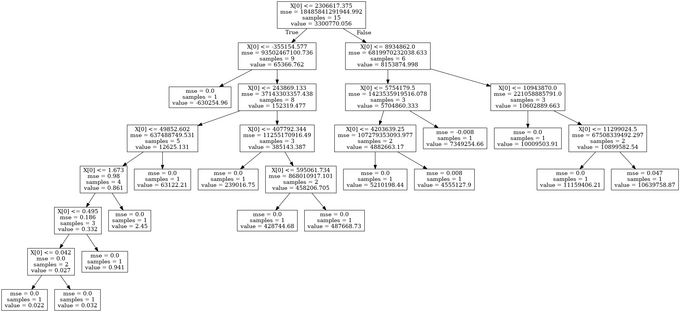
Above: dot_tree.png in Dimitrios-Mourtzilas/Business-Strategy (Graphviz), before the change. Its source is kept beside it as dot_tree.dot.
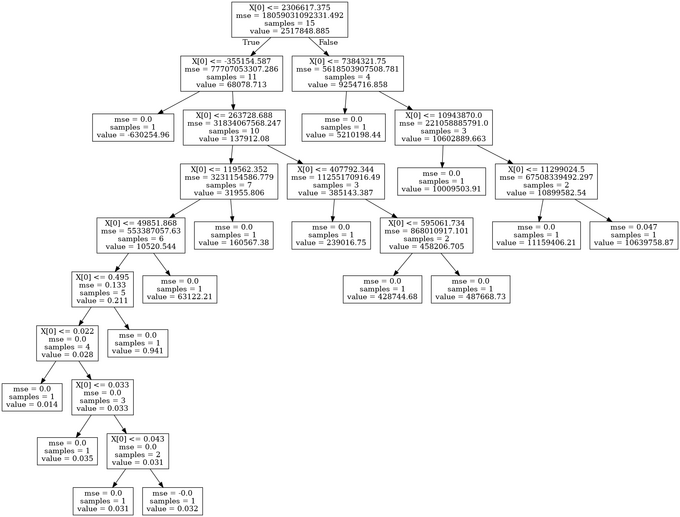
The same file after the commit.

The edit, as a diff of the source:
```diff
@@ -1,54 +1,54 @@
 digraph Tree {
 node [shape=box] ;
-0 [label="X[0] <= 2306617.375\nmse = 18485841291944.992\nsamples = 15\nvalue = 3300770.056"] ;
-1 [label="X[0] <= -355154.577\nmse = 93502467100.736\nsamples = 9\nvalue = 65366.762"] ;
+0 [label="X[0] <= 2306617.375\nmse = 18059031092331.492\nsamples = 15\nvalue = 2517848.885"] ;
+1 [label="X[0] <= -355154.587\nmse = 77707053307.286\nsamples = 11\nvalue = 68078.713"] ;
 0 -> 1 [labeldistance=2.5, labelangle=45, headlabel="True"] ;
 2 [label="mse = 0.0\nsamples = 1\nvalue = -630254.96"] ;
 1 -> 2 ;
-3 [label="X[0] <= 243869.133\nmse = 37143303357.438\nsamples = 8\nvalue = 152319.477"] ;
+3 [label="X[0] <= 263728.688\nmse = 31834067568.247\nsamples = 10\nvalue = 137912.08"] ;
 1 -> 3 ;
-4 [label="X[0] <= 49852.602\nmse = 637488749.531\nsamples = 5\nvalue = 12625.131"] ;
+4 [label="X[0] <= 119562.352\nmse = 3231154586.779\nsamples = 7\nvalue = 31955.806"] ;
 3 -> 4 ;
-5 [label="X[0] <= 1.673\nmse = 0.98\nsamples = 4\nvalue = 0.861"] ;
+5 [label="X[0] <= 49851.868\nmse = 553387057.63\nsamples = 6\nvalue = 10520.544"] ;
 4 -> 5 ;
-6 [label="X[0] <= 0.495\nmse = 0.186\nsamples = 3\nvalue = 0.332"] ;
+6 [label="X[0] <= 0.495\nmse = 0.133\nsamples = 5\nvalue = 0.211"] ;
 5 -> 6 ;
-7 [label="X[0] <= 0.042\nmse = 0.0\nsamples = 2\nvalue = 0.027"] ;
+7 [label="X[0] <= 0.022\nmse = 0.0\nsamples = 4\nvalue = 0.028"] ;
 6 -> 7 ;
-8 [label="mse = 0.0\nsamples = 1\nvalue = 0.022"] ;
+8 [label="mse = 0.0\nsamples = 1\nvalue = 0.014"] ;
 7 -> 8 ;
-9 [label="mse = 0.0\nsamples = 1\nvalue = 0.032"] ;
+9 [label="X[0] <= 0.033\nmse = 0.0\nsamples = 3\nvalue = 0.033"] ;
 7 -> 9 ;
-10 [label="mse = 0.0\nsamples = 1\nvalue = 0.941"] ;
-6 -> 10 ;
-11 [label="mse = 0.0\nsamples = 1\nvalue = 2.45"] ;
-5 -> 11 ;
-12 [label="mse = 0.0\nsamples = 1\nvalue = 63122.21"] ;
-4 -> 12 ;
-13 [label="X[0] <= 407792.344\nmse = 11255170916.49\nsamples = 3\nvalue = 385143.387"] ;
-3 -> 13 ;
-14 [label="mse = 0.0\nsamples = 1\nvalue = 239016.75"] ;
-13 -> 14 ;
-15 [label="X[0] <= 595061.734\nmse = 868010917.101\nsamples = 2\nvalue = 458206.705"] ;
-13 -> 15 ;
-16 [label="mse = 0.0\nsamples = 1\nvalue = 428744.68"] ;
-15 -> 16 ;
-17 [label="mse = 0.0\nsamples = 1\nvalue = 487668.73"] ;
-15 -> 17 ;
-18 [label="X[0] <= 8934862.0\nmse = 6819970232038.633\nsamples = 6\nvalue = 8153874.998"] ;
-0 -> 18 [labeldistance=2.5, labelangle=-45, headlabel="False"] ;
-19 [label="X[0] <= 5754179.5\nmse = 1423535919516.078\nsamples = 3\nvalue = 5704860.333"] ;
-18 -> 19 ;
-20 [label="X[0] <= 4203639.25\nmse = 107279353093.977\nsamples = 2\nvalue = 4882663.17"] ;
+10 [label="mse = 0.0\nsamples = 1\nvalue = 0.035"] ;
+9 -> 10 ;
+11 [label="X[0] <= 0.043\nmse = 0.0\nsamples = 2\nvalue = 0.031"] ;
+9 -> 11 ;
+12 [label="mse = 0.0\nsamples = 1\nvalue = 0.031"] ;
+11 -> 12 ;
+13 [label="mse = -0.0\nsamples = 1\nvalue = 0.032"] ;
+11 -> 13 ;
+14 [label="mse = 0.0\nsamples = 1\nvalue = 0.941"] ;
+6 -> 14 ;
+15 [label="mse = 0.0\nsamples = 1\nvalue = 63122.21"] ;
+5 -> 15 ;
+16 [label="mse = 0.0\nsamples = 1\nvalue = 160567.38"] ;
+4 -> 16 ;
+17 [label="X[0] <= 407792.344\nmse = 11255170916.49\nsamples = 3\nvalue = 385143.387"] ;
+3 -> 17 ;
+18 [label="mse = 0.0\nsamples = 1\nvalue = 239016.75"] ;
+17 -> 18 ;
+19 [label="X[0] <= 595061.734\nmse = 868010917.101\nsamples = 2\nvalue = 458206.705"] ;
+17 -> 19 ;
+20 [label="mse = 0.0\nsamples = 1\nvalue = 428744.68"] ;
 19 -> 20 ;
-21 [label="mse = 0.0\nsamples = 1\nvalue = 5210198.44"] ;
-20 -> 21 ;
-22 [label="mse = 0.008\nsamples = 1\nvalue = 4555127.9"] ;
-20 -> 22 ;
-23 [label="mse = -0.008\nsamples = 1\nvalue = 7349254.66"] ;
-19 -> 23 ;
+21 [label="mse = 0.0\nsamples = 1\nvalue = 487668.73"] ;
+19 -> 21 ;
+22 [label="X[0] <= 7384321.75\nmse = 5618503907508.781\nsamples = 4\nvalue = 9254716.858"] ;
+0 -> 22 [labeldistance=2.5, labelangle=-45, headlabel="False"] ;
+23 [label="mse = 0.0\nsamples = 1\nvalue = 5210198.44"] ;
+22 -> 23 ;
 24 [label="X[0] <= 10943870.0\nmse = 221058885791.0\nsamples = 3\nvalue = 10602889.663"] ;
-18 -> 24 ;
+22 -> 24 ;
 25 [label="mse = 0.0\nsamples = 1\nvalue = 10009503.91"] ;
 24 -> 25 ;
 26 [label="X[0] <= 11299024.5\nmse = 67508339492.297\nsamples = 2\nvalue = 10899582.54"] ;
```
